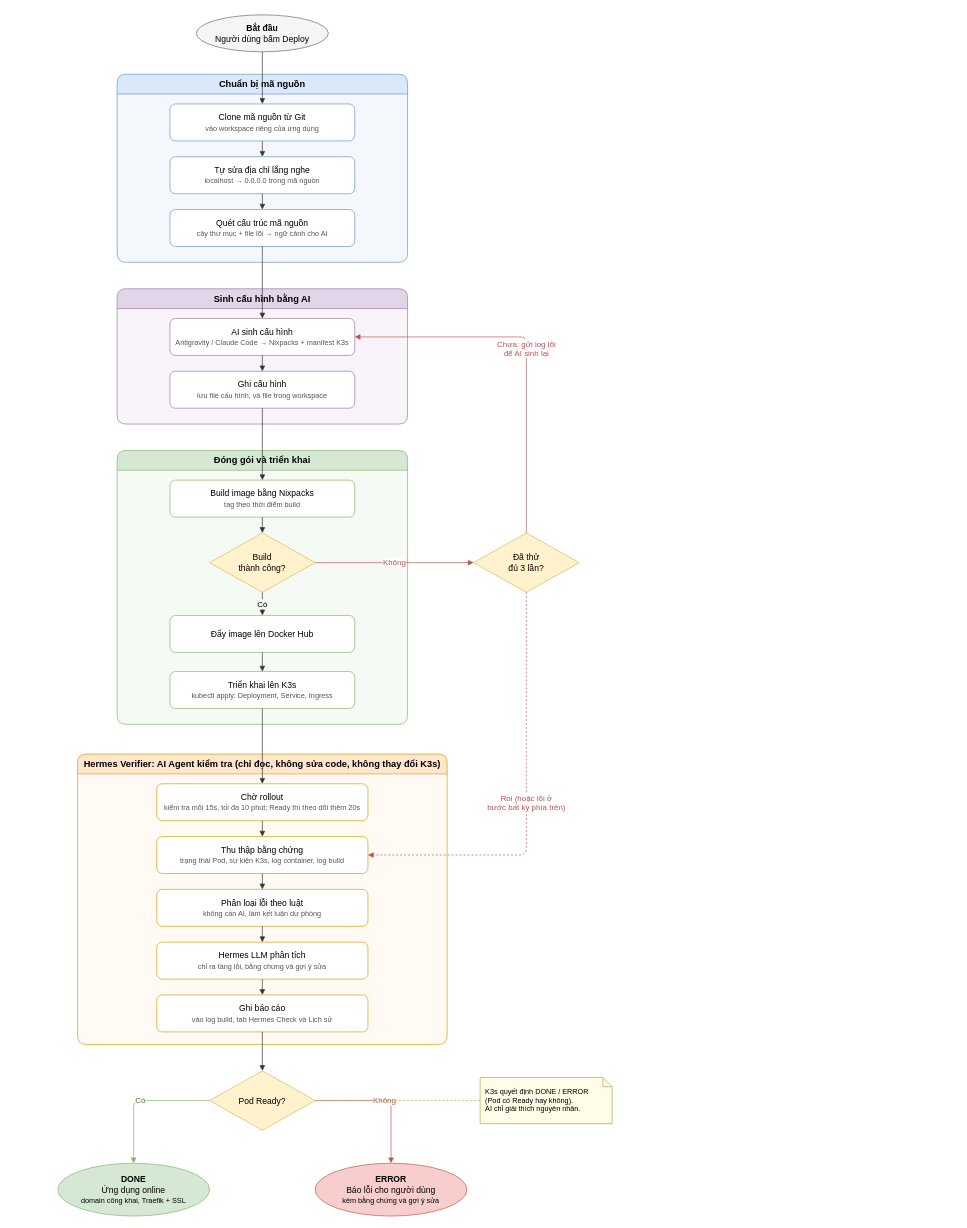
Earlier version of the draw.io diagram docs/diagrams/autonomous-build-pipeline.drawio (tobi1008/vibe-core). Source tidied: cells renumbered, new cells numbered last; positions are measured from the earlier drawing's top-left corner, leaving out a move shared by most shapes. Both pictures are drawn from the tidied source at 66%, with x=0, y=0 at pixel (57, 15).
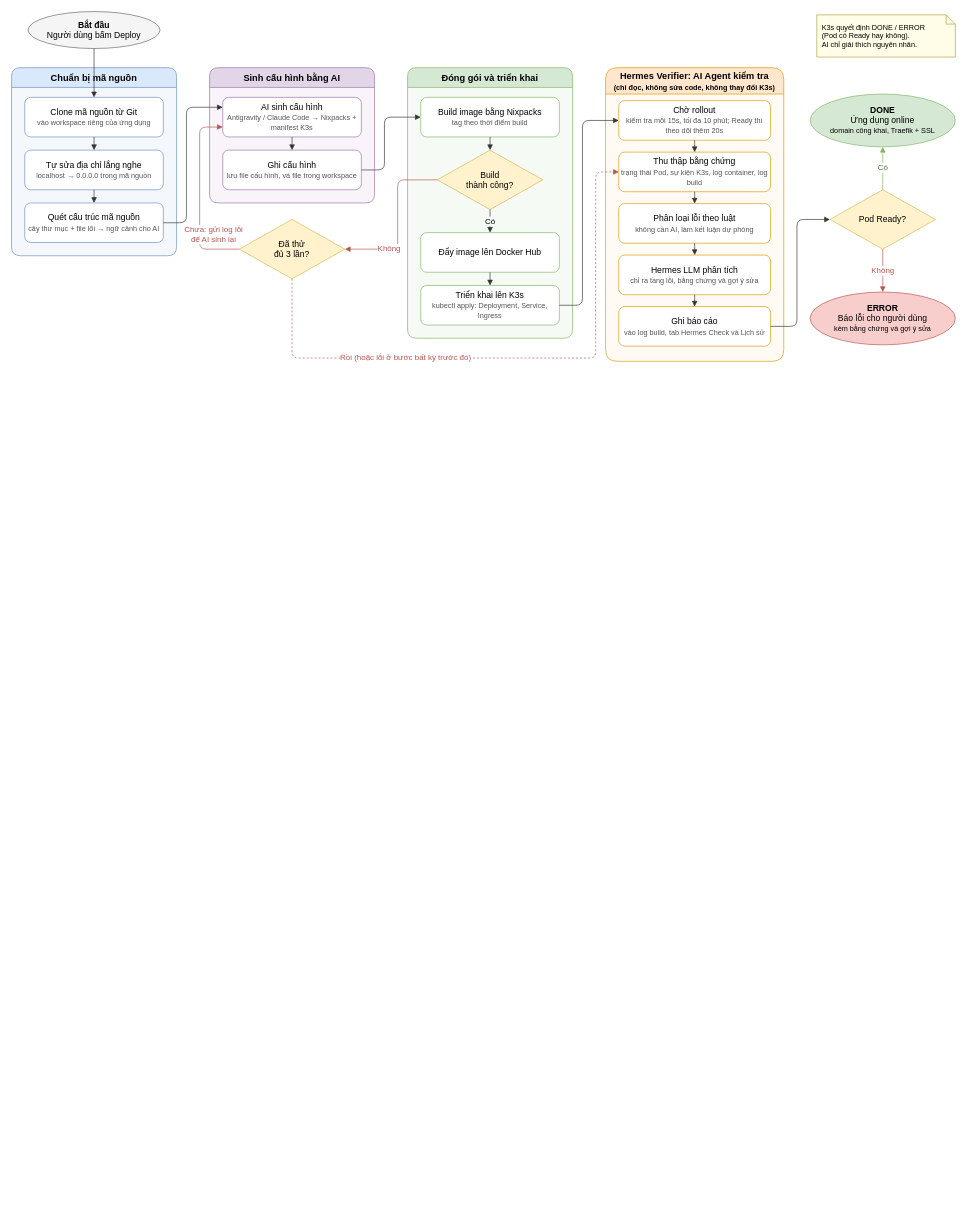
The same page after the edit.

Commit message (it also covers changes not shown here):
docs(sơ đồ): xoay sơ đồ quy trình build sang chiều ngang để in vừa khổ giấy ngang

What changed in the source:
```diff
@@
     <mxCell id="2" value="&lt;b&gt;Bắt đầu&lt;/b&gt;&lt;br&gt;Người dùng bấm Deploy" style="ellipse;whiteSpace=wrap;html=1;fillColor=#f5f5f5;strokeColor=#666666;fontSize=13;" parent="1" vertex="1">
-      <mxGeometry x="210" width="200" height="56" as="geometry" />
+      <mxGeometry x="-45" y="-5" width="200" height="56" as="geometry" />
     </mxCell>
     <mxCell id="3" value="Chuẩn bị mã nguồn" style="swimlane;whiteSpace=wrap;html=1;rounded=1;startSize=30;fillColor=#dae8fc;strokeColor=#6c8ebf;swimlaneFillColor=#f4f8fd;fontSize=14;fontStyle=1;" parent="1" vertex="1">
-      <mxGeometry x="90" y="90" width="440" height="285" as="geometry" />
+      <mxGeometry x="-70" y="80" width="250" height="285" as="geometry" />
     </mxCell>
     <mxCell id="4" value="Clone mã nguồn từ Git&lt;br&gt;&lt;font style=&quot;font-size:11px&quot; color=&quot;#555555&quot;&gt;vào workspace riêng của ứng dụng&lt;/font&gt;" style="rounded=1;whiteSpace=wrap;html=1;fillColor=#ffffff;strokeColor=#6c8ebf;fontSize=13;" parent="3" vertex="1">
-      <mxGeometry x="80" y="45" width="280" height="56" as="geometry" />
+      <mxGeometry x="20" y="45" width="210" height="60" as="geometry" />
     </mxCell>
     <mxCell id="5" value="Tự sửa địa chỉ lắng nghe&lt;br&gt;&lt;font style=&quot;font-size:11px&quot; color=&quot;#555555&quot;&gt;localhost → 0.0.0.0 trong mã nguồn&lt;/font&gt;" style="rounded=1;whiteSpace=wrap;html=1;fillColor=#ffffff;strokeColor=#6c8ebf;fontSize=13;" parent="3" vertex="1">
-      <mxGeometry x="80" y="125" width="280" height="56" as="geometry" />
+      <mxGeometry x="20" y="125" width="210" height="60" as="geometry" />
     </mxCell>
     <mxCell id="6" value="Quét cấu trúc mã nguồn&lt;br&gt;&lt;font style=&quot;font-size:11px&quot; color=&quot;#555555&quot;&gt;cây thư mục + file lõi → ngữ cảnh cho AI&lt;/font&gt;" style="rounded=1;whiteSpace=wrap;html=1;fillColor=#ffffff;strokeColor=#6c8ebf;fontSize=13;" parent="3" vertex="1">
-      <mxGeometry x="80" y="205" width="280" height="56" as="geometry" />
+      <mxGeometry x="20" y="205" width="210" height="60" as="geometry" />
     </mxCell>
     <mxCell id="7" value="Sinh cấu hình bằng AI" style="swimlane;whiteSpace=wrap;html=1;rounded=1;startSize=30;fillColor=#e1d5e7;strokeColor=#9673a6;swimlaneFillColor=#f8f4fa;fontSize=14;fontStyle=1;" parent="1" vertex="1">
-      <mxGeometry x="90" y="415" width="440" height="205" as="geometry" />
+      <mxGeometry x="230" y="80" width="250" height="205" as="geometry" />
     </mxCell>
     <mxCell id="8" value="AI sinh cấu hình&lt;br&gt;&lt;font style=&quot;font-size:11px&quot; color=&quot;#555555&quot;&gt;Antigravity / Claude Code → Nixpacks + manifest K3s&lt;/font&gt;" style="rounded=1;whiteSpace=wrap;html=1;fillColor=#ffffff;strokeColor=#9673a6;fontSize=13;" parent="7" vertex="1">
-      <mxGeometry x="80" y="45" width="280" height="56" as="geometry" />
+      <mxGeometry x="20" y="45" width="210" height="60" as="geometry" />
     </mxCell>
     <mxCell id="9" value="Ghi cấu hình&lt;br&gt;&lt;font style=&quot;font-size:11px&quot; color=&quot;#555555&quot;&gt;lưu file cấu hình, vá file trong workspace&lt;/font&gt;" style="rounded=1;whiteSpace=wrap;html=1;fillColor=#ffffff;strokeColor=#9673a6;fontSize=13;" parent="7" vertex="1">
-      <mxGeometry x="80" y="125" width="280" height="56" as="geometry" />
+      <mxGeometry x="20" y="125" width="210" height="60" as="geometry" />
     </mxCell>
+    <mxCell id="15" value="Đã thử&lt;br&gt;đủ 3 lần?" style="rhombus;whiteSpace=wrap;html=1;fillColor=#fff2cc;strokeColor=#d6b656;fontSize=13;" parent="1" vertex="1">
+      <mxGeometry x="275" y="310" width="160" height="90" as="geometry" />
+    </mxCell>
     <mxCell id="10" value="Đóng gói và triển khai" style="swimlane;whiteSpace=wrap;html=1;rounded=1;startSize=30;fillColor=#d5e8d4;strokeColor=#82b366;swimlaneFillColor=#f5faf4;fontSize=14;fontStyle=1;" parent="1" vertex="1">
-      <mxGeometry x="90" y="660" width="440" height="415" as="geometry" />
+      <mxGeometry x="530" y="80" width="250" height="410" as="geometry" />
     </mxCell>
     <mxCell id="11" value="Build image bằng Nixpacks&lt;br&gt;&lt;font style=&quot;font-size:11px&quot; color=&quot;#555555&quot;&gt;tag theo thời điểm build&lt;/font&gt;" style="rounded=1;whiteSpace=wrap;html=1;fillColor=#ffffff;strokeColor=#82b366;fontSize=13;" parent="10" vertex="1">
-      <mxGeometry x="80" y="45" width="280" height="56" as="geometry" />
+      <mxGeometry x="20" y="45" width="210" height="60" as="geometry" />
     </mxCell>
     <mxCell id="12" value="Build&lt;br&gt;thành công?" style="rhombus;whiteSpace=wrap;html=1;fillColor=#fff2cc;strokeColor=#d6b656;fontSize=13;" parent="10" vertex="1">
-      <mxGeometry x="140" y="125" width="160" height="90" as="geometry" />
+      <mxGeometry x="45" y="125" width="160" height="90" as="geometry" />
     </mxCell>
     <mxCell id="13" value="Đẩy image lên Docker Hub" style="rounded=1;whiteSpace=wrap;html=1;fillColor=#ffffff;strokeColor=#82b366;fontSize=13;" parent="10" vertex="1">
-      <mxGeometry x="80" y="250" width="280" height="56" as="geometry" />
+      <mxGeometry x="20" y="250" width="210" height="60" as="geometry" />
     </mxCell>
     <mxCell id="14" value="Triển khai lên K3s&lt;br&gt;&lt;font style=&quot;font-size:11px&quot; color=&quot;#555555&quot;&gt;kubectl apply: Deployment, Service, Ingress&lt;/font&gt;" style="rounded=1;whiteSpace=wrap;html=1;fillColor=#ffffff;strokeColor=#82b366;fontSize=13;" parent="10" vertex="1">
-      <mxGeometry x="80" y="335" width="280" height="56" as="geometry" />
+      <mxGeometry x="20" y="330" width="210" height="60" as="geometry" />
     </mxCell>
-    <mxCell id="15" value="Đã thử&lt;br&gt;đủ 3 lần?" style="rhombus;whiteSpace=wrap;html=1;fillColor=#fff2cc;strokeColor=#d6b656;fontSize=13;" parent="1" vertex="1">
-      <mxGeometry x="630" y="785" width="160" height="90" as="geometry" />
-    </mxCell>
-    <mxCell id="16" value="Hermes Verifier: AI Agent kiểm tra (chỉ đọc, không sửa code, không thay đổi K3s)" style="swimlane;whiteSpace=wrap;html=1;rounded=1;startSize=30;fillColor=#ffe6cc;strokeColor=#d79b00;swimlaneFillColor=#fffaf3;fontSize=14;fontStyle=1;" parent="1" vertex="1">
-      <mxGeometry x="30" y="1120" width="560" height="440" as="geometry" />
+    <mxCell id="16" value="Hermes Verifier: AI Agent kiểm tra&lt;br&gt;&lt;font style=&quot;font-size:11px&quot;&gt;(chỉ đọc, không sửa code, không thay đổi K3s)&lt;/font&gt;" style="swimlane;whiteSpace=wrap;html=1;rounded=1;startSize=40;fillColor=#ffe6cc;strokeColor=#d79b00;swimlaneFillColor=#fffaf3;fontSize=14;fontStyle=1;" parent="1" vertex="1">
+      <mxGeometry x="830" y="80" width="270" height="445" as="geometry" />
     </mxCell>
     <mxCell id="17" value="Chờ rollout&lt;br&gt;&lt;font style=&quot;font-size:11px&quot; color=&quot;#555555&quot;&gt;kiểm tra mỗi 15s, tối đa 10 phút; Ready thì theo dõi thêm 20s&lt;/font&gt;" style="rounded=1;whiteSpace=wrap;html=1;fillColor=#ffffff;strokeColor=#d79b00;fontSize=13;" parent="16" vertex="1">
-      <mxGeometry x="120" y="45" width="320" height="56" as="geometry" />
+      <mxGeometry x="20" y="50" width="230" height="60" as="geometry" />
     </mxCell>
     <mxCell id="18" value="Thu thập bằng chứng&lt;br&gt;&lt;font style=&quot;font-size:11px&quot; color=&quot;#555555&quot;&gt;trạng thái Pod, sự kiện K3s, log container, log build&lt;/font&gt;" style="rounded=1;whiteSpace=wrap;html=1;fillColor=#ffffff;strokeColor=#d79b00;fontSize=13;" parent="16" vertex="1">
-      <mxGeometry x="120" y="125" width="320" height="56" as="geometry" />
+      <mxGeometry x="20" y="128" width="230" height="60" as="geometry" />
     </mxCell>
     <mxCell id="19" value="Phân loại lỗi theo luật&lt;br&gt;&lt;font style=&quot;font-size:11px&quot; color=&quot;#555555&quot;&gt;không cần AI, làm kết luận dự phòng&lt;/font&gt;" style="rounded=1;whiteSpace=wrap;html=1;fillColor=#ffffff;strokeColor=#d79b00;fontSize=13;" parent="16" vertex="1">
-      <mxGeometry x="120" y="205" width="320" height="56" as="geometry" />
+      <mxGeometry x="20" y="206" width="230" height="60" as="geometry" />
     </mxCell>
     <mxCell id="20" value="Hermes LLM phân tích&lt;br&gt;&lt;font style=&quot;font-size:11px&quot; color=&quot;#555555&quot;&gt;chỉ ra tầng lỗi, bằng chứng và gợi ý sửa&lt;/font&gt;" style="rounded=1;whiteSpace=wrap;html=1;fillColor=#ffffff;strokeColor=#d79b00;fontSize=13;" parent="16" vertex="1">
-      <mxGeometry x="120" y="285" width="320" height="56" as="geometry" />
+      <mxGeometry x="20" y="284" width="230" height="60" as="geometry" />
     </mxCell>
     <mxCell id="21" value="Ghi báo cáo&lt;br&gt;&lt;font style=&quot;font-size:11px&quot; color=&quot;#555555&quot;&gt;vào log build, tab Hermes Check và Lịch sử&lt;/font&gt;" style="rounded=1;whiteSpace=wrap;html=1;fillColor=#ffffff;strokeColor=#d79b00;fontSize=13;" parent="16" vertex="1">
-      <mxGeometry x="120" y="365" width="320" height="56" as="geometry" />
+      <mxGeometry x="20" y="362" width="230" height="60" as="geometry" />
     </mxCell>
-    <mxCell id="22" value="Pod Ready?" style="rhombus;whiteSpace=wrap;html=1;fillColor=#fff2cc;strokeColor=#d6b656;fontSize=13;" parent="1" vertex="1">
-      <mxGeometry x="230" y="1600" width="160" height="90" as="geometry" />
-    </mxCell>
     <mxCell id="23" value="K3s quyết định DONE / ERROR&lt;br&gt;(Pod có Ready hay không).&lt;br&gt;AI chỉ giải thích nguyên nhân." style="shape=note;whiteSpace=wrap;html=1;size=14;fillColor=#fffde7;strokeColor=#b0a24a;fontSize=11;align=left;spacingLeft=6;" parent="1" vertex="1">
-      <mxGeometry x="640" y="1610" width="200" height="70" as="geometry" />
+      <mxGeometry x="1150" width="210" height="64" as="geometry" />
     </mxCell>
     <mxCell id="24" value="&lt;b&gt;DONE&lt;/b&gt;&lt;br&gt;Ứng dụng online&lt;br&gt;&lt;font style=&quot;font-size:11px&quot;&gt;domain công khai, Traefik + SSL&lt;/font&gt;" style="ellipse;whiteSpace=wrap;html=1;fillColor=#d5e8d4;strokeColor=#82b366;fontSize=13;" parent="1" vertex="1">
-      <mxGeometry y="1740" width="230" height="80" as="geometry" />
+      <mxGeometry x="1140" y="120" width="220" height="80" as="geometry" />
     </mxCell>
+    <mxCell id="22" value="Pod Ready?" style="rhombus;whiteSpace=wrap;html=1;fillColor=#fff2cc;strokeColor=#d6b656;fontSize=13;" parent="1" vertex="1">
+      <mxGeometry x="1170" y="265" width="160" height="90" as="geometry" />
+    </mxCell>
     <mxCell id="25" value="&lt;b&gt;ERROR&lt;/b&gt;&lt;br&gt;Báo lỗi cho người dùng&lt;br&gt;&lt;font style=&quot;font-size:11px&quot;&gt;kèm bằng chứng và gợi ý sửa&lt;/font&gt;" style="ellipse;whiteSpace=wrap;html=1;fillColor=#f8cecc;strokeColor=#b85450;fontSize=13;" parent="1" vertex="1">
-      <mxGeometry x="390" y="1740" width="230" height="80" as="geometry" />
+      <mxGeometry x="1140" y="420" width="220" height="80" as="geometry" />
     </mxCell>
@@
-    <mxCell id="29" style="edgeStyle=orthogonalEdgeStyle;html=1;endArrow=block;endFill=1;strokeColor=#333333;" parent="1" edge="1" source="6" target="8">
-      <mxGeometry relative="1" as="geometry" />
-    </mxCell>
@@
-    <mxCell id="31" style="edgeStyle=orthogonalEdgeStyle;html=1;endArrow=block;endFill=1;strokeColor=#333333;" parent="1" edge="1" source="9" target="11">
-      <mxGeometry relative="1" as="geometry" />
-    </mxCell>
@@
-    <mxCell id="35" value="Không" style="edgeStyle=orthogonalEdgeStyle;html=1;endArrow=block;endFill=1;strokeColor=#b85450;fontColor=#b85450;fontSize=12;labelBackgroundColor=#ffffff;" parent="1" edge="1" source="12" target="15">
-      <mxGeometry relative="1" as="geometry" />
-    </mxCell>
-    <mxCell id="36" value="Chưa: gửi log lỗi&lt;br&gt;để AI sinh lại" style="edgeStyle=orthogonalEdgeStyle;html=1;endArrow=block;endFill=1;strokeColor=#b85450;fontColor=#b85450;fontSize=12;labelBackgroundColor=#ffffff;exitX=0.5;exitY=0;exitDx=0;exitDy=0;entryX=1;entryY=0.5;entryDx=0;entryDy=0;" parent="1" edge="1" source="15" target="8">
-      <mxGeometry relative="1" as="geometry">
-        <Array as="points">
-          <mxPoint x="710" y="488" />
-        </Array>
-      </mxGeometry>
-    </mxCell>
-    <mxCell id="37" value="Rồi (hoặc lỗi ở&lt;br&gt;bước bất kỳ phía trên)" style="edgeStyle=orthogonalEdgeStyle;html=1;endArrow=block;endFill=1;strokeColor=#b85450;fontColor=#b85450;fontSize=12;dashed=1;labelBackgroundColor=#ffffff;exitX=0.5;exitY=1;exitDx=0;exitDy=0;entryX=1;entryY=0.5;entryDx=0;entryDy=0;" parent="1" edge="1" source="15" target="18">
-      <mxGeometry relative="1" as="geometry">
-        <Array as="points">
-          <mxPoint x="710" y="1273" />
-        </Array>
-      </mxGeometry>
-    </mxCell>
-    <mxCell id="38" style="edgeStyle=orthogonalEdgeStyle;html=1;endArrow=block;endFill=1;strokeColor=#333333;" parent="1" edge="1" source="14" target="17">
-      <mxGeometry relative="1" as="geometry" />
-    </mxCell>
@@
+    <mxCell id="29" style="edgeStyle=orthogonalEdgeStyle;html=1;endArrow=block;endFill=1;strokeColor=#333333;exitX=1;exitY=0.5;exitDx=0;exitDy=0;entryX=0;entryY=0.25;entryDx=0;entryDy=0;" parent="1" edge="1" source="6" target="8">
+      <mxGeometry relative="1" as="geometry">
+        <Array as="points">
+          <mxPoint x="195" y="315" />
+          <mxPoint x="195" y="140" />
+        </Array>
+      </mxGeometry>
+    </mxCell>
+    <mxCell id="31" style="edgeStyle=orthogonalEdgeStyle;html=1;endArrow=block;endFill=1;strokeColor=#333333;exitX=1;exitY=0.5;exitDx=0;exitDy=0;entryX=0;entryY=0.5;entryDx=0;entryDy=0;" parent="1" edge="1" source="9" target="11">
+      <mxGeometry relative="1" as="geometry">
+        <Array as="points">
+          <mxPoint x="495" y="235" />
+          <mxPoint x="495" y="155" />
+        </Array>
+      </mxGeometry>
+    </mxCell>
+    <mxCell id="38" style="edgeStyle=orthogonalEdgeStyle;html=1;endArrow=block;endFill=1;strokeColor=#333333;exitX=1;exitY=0.5;exitDx=0;exitDy=0;entryX=0;entryY=0.5;entryDx=0;entryDy=0;" parent="1" edge="1" source="14" target="17">
+      <mxGeometry relative="1" as="geometry">
+        <Array as="points">
+          <mxPoint x="795" y="440" />
+          <mxPoint x="795" y="160" />
+        </Array>
+      </mxGeometry>
+    </mxCell>
-    <mxCell id="43" style="edgeStyle=orthogonalEdgeStyle;html=1;endArrow=block;endFill=1;strokeColor=#333333;" parent="1" edge="1" source="21" target="22">
-      <mxGeometry relative="1" as="geometry" />
+    <mxCell id="43" style="edgeStyle=orthogonalEdgeStyle;html=1;endArrow=block;endFill=1;strokeColor=#333333;exitX=1;exitY=0.5;exitDx=0;exitDy=0;entryX=0;entryY=0.5;entryDx=0;entryDy=0;" parent="1" edge="1" source="21" target="22">
+      <mxGeometry relative="1" as="geometry">
+        <Array as="points">
+          <mxPoint x="1120" y="472" />
+          <mxPoint x="1120" y="310" />
+        </Array>
+      </mxGeometry>
     </mxCell>
+    <mxCell id="35" value="Không" style="edgeStyle=orthogonalEdgeStyle;html=1;endArrow=block;endFill=1;strokeColor=#b85450;fontColor=#b85450;fontSize=12;labelBackgroundColor=#ffffff;exitX=0;exitY=0.5;exitDx=0;exitDy=0;entryX=1;entryY=0.5;entryDx=0;entryDy=0;" parent="1" edge="1" source="12" target="15">
+      <mxGeometry x="0.45" relative="1" as="geometry">
+        <Array as="points">
+          <mxPoint x="515" y="250" />
+          <mxPoint x="515" y="355" />
+        </Array>
+      </mxGeometry>
+    </mxCell>
+    <mxCell id="36" value="Chưa: gửi log lỗi&lt;br&gt;để AI sinh lại" style="edgeStyle=orthogonalEdgeStyle;html=1;endArrow=block;endFill=1;strokeColor=#b85450;fontColor=#b85450;fontSize=12;labelBackgroundColor=#ffffff;exitX=0;exitY=0.5;exitDx=0;exitDy=0;entryX=0;entryY=0.75;entryDx=0;entryDy=0;" parent="1" edge="1" source="15" target="8">
+      <mxGeometry x="-0.72" y="-22" relative="1" as="geometry">
+        <Array as="points">
+          <mxPoint x="215" y="355" />
+          <mxPoint x="215" y="170" />
+        </Array>
+      </mxGeometry>
+    </mxCell>
+    <mxCell id="37" value="Rồi (hoặc lỗi ở bước bất kỳ trước đó)" style="edgeStyle=orthogonalEdgeStyle;html=1;endArrow=block;endFill=1;strokeColor=#b85450;fontColor=#b85450;fontSize=12;dashed=1;labelBackgroundColor=#ffffff;exitX=0.5;exitY=1;exitDx=0;exitDy=0;entryX=0;entryY=0.5;entryDx=0;entryDy=0;" parent="1" edge="1" source="15" target="18">
+      <mxGeometry x="-0.35" relative="1" as="geometry">
+        <Array as="points">
+          <mxPoint x="355" y="520" />
+          <mxPoint x="815" y="520" />
+          <mxPoint x="815" y="238" />
+        </Array>
+      </mxGeometry>
+    </mxCell>
-    <mxCell id="44" value="Có" style="edgeStyle=orthogonalEdgeStyle;html=1;endArrow=block;endFill=1;strokeColor=#82b366;fontColor=#4d7a3a;fontSize=12;labelBackgroundColor=#ffffff;exitX=0;exitY=0.5;exitDx=0;exitDy=0;" parent="1" edge="1" source="22" target="24">
+    <mxCell id="44" value="Có" style="edgeStyle=orthogonalEdgeStyle;html=1;endArrow=block;endFill=1;strokeColor=#82b366;fontColor=#4d7a3a;fontSize=12;labelBackgroundColor=#ffffff;exitX=0.5;exitY=0;exitDx=0;exitDy=0;entryX=0.5;entryY=1;entryDx=0;entryDy=0;" parent="1" edge="1" source="22" target="24">
       <mxGeometry relative="1" as="geometry" />
     </mxCell>
-    <mxCell id="45" value="Không" style="edgeStyle=orthogonalEdgeStyle;html=1;endArrow=block;endFill=1;strokeColor=#b85450;fontColor=#b85450;fontSize=12;labelBackgroundColor=#ffffff;exitX=1;exitY=0.5;exitDx=0;exitDy=0;" parent="1" edge="1" source="22" target="25">
+    <mxCell id="45" value="Không" style="edgeStyle=orthogonalEdgeStyle;html=1;endArrow=block;endFill=1;strokeColor=#b85450;fontColor=#b85450;fontSize=12;labelBackgroundColor=#ffffff;exitX=0.5;exitY=1;exitDx=0;exitDy=0;entryX=0.5;entryY=0;entryDx=0;entryDy=0;" parent="1" edge="1" source="22" target="25">
       <mxGeometry relative="1" as="geometry" />
     </mxCell>
-    <mxCell id="46" style="html=1;endArrow=none;dashed=1;strokeColor=#b0a24a;" parent="1" edge="1" source="23" target="22">
-      <mxGeometry relative="1" as="geometry" />
-    </mxCell>
```
